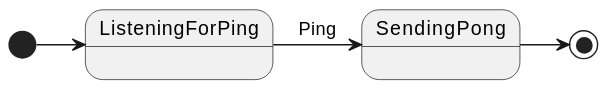
Above: pong.svg in peterpaul/kafka-ping-stm (PlantUML), before the change.
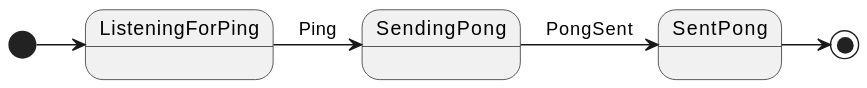
The same diagram one commit later.

Diff of the diagram source:
```diff
@@ -1,5 +1,6 @@
 @startuml
 [*] -> ListeningForPing
 ListeningForPing -> SendingPong: Ping
-SendingPong -> [*]
+SendingPong -> SentPong: PongSent
+SentPong -> [*]
 @enduml
```
